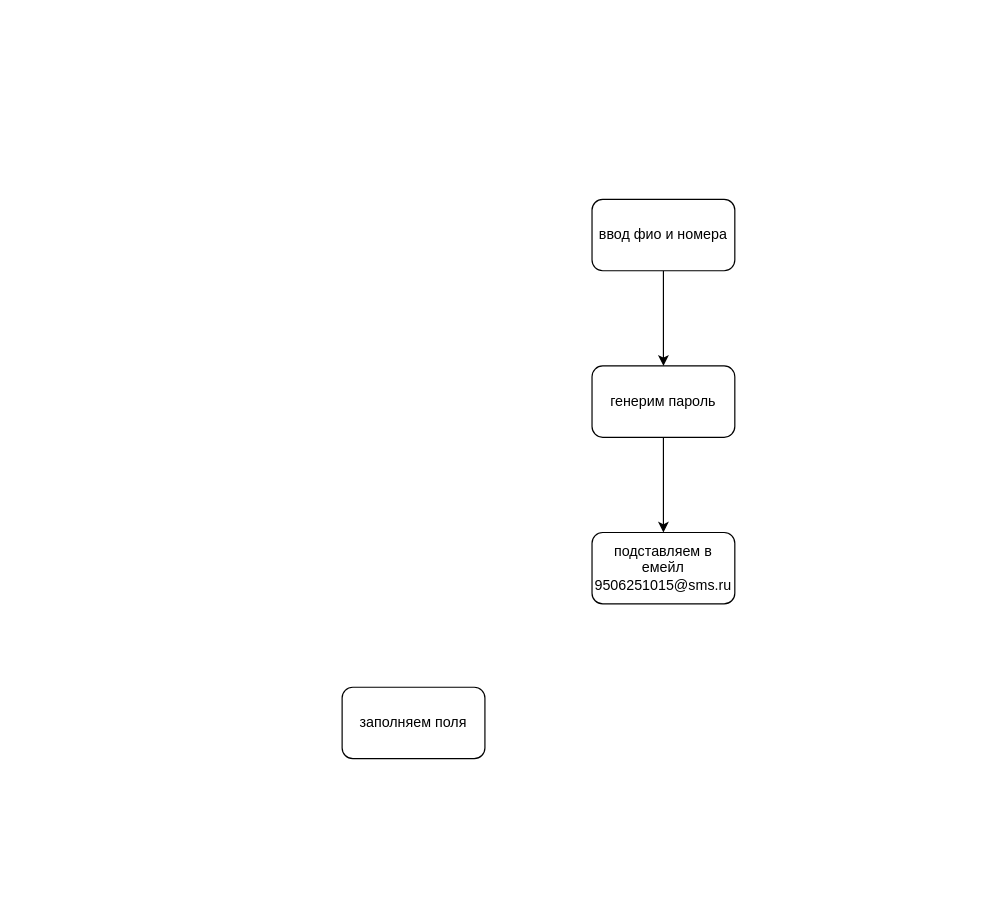
MikeBelov/MikeBov keeps this draw.io diagram as smsAuthentification.drawio. Above is the earlier version. Source tidied: cells renumbered, new cells numbered last; positions are measured from the earlier drawing's top-left corner, leaving out a move shared by most shapes. Both pictures are drawn from the tidied source at 119%, with x=0, y=0 at pixel (342, 199).
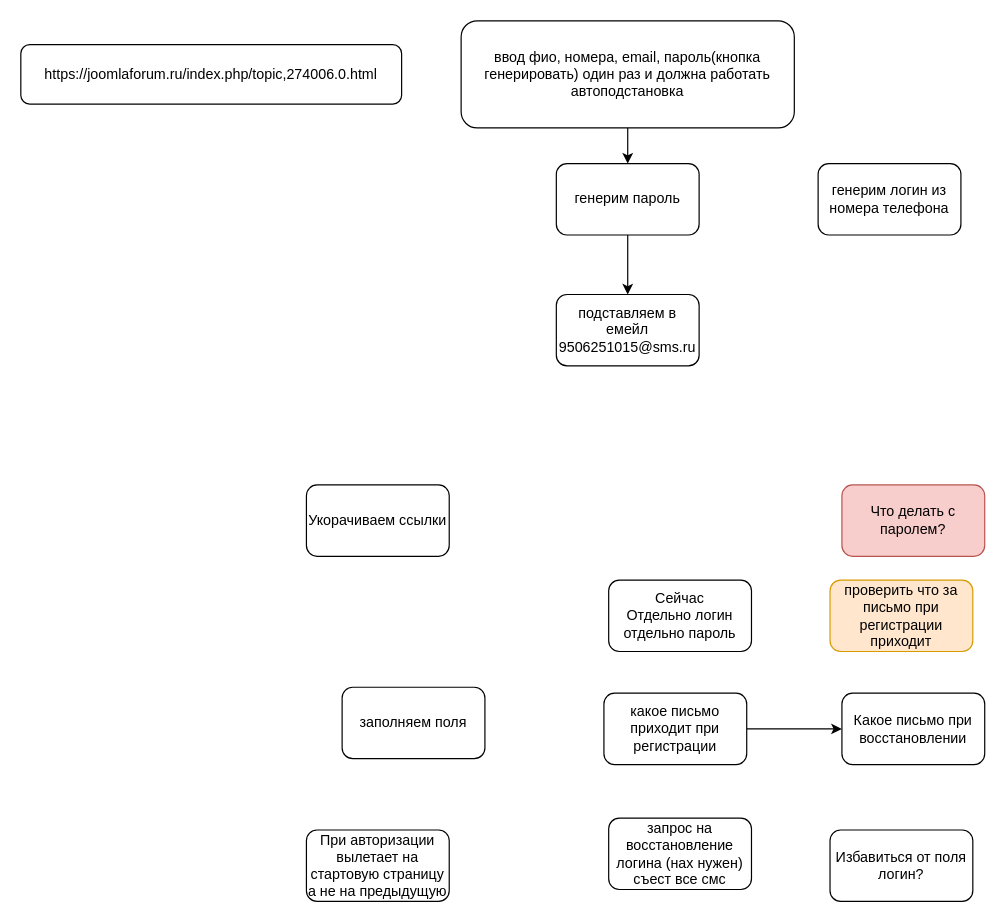
Above is the later version.

Change to the diagram source:
```diff
@@
 <mxGraphModel>
   <root>
     <mxCell id="0" />
     <mxCell id="1" parent="0" />
     <mxCell id="2" style="edgeStyle=orthogonalEdgeStyle;rounded=0;jettySize=auto;html=1;" parent="1" edge="1" source="3" target="6">
       <mxGeometry relative="1" as="geometry" />
     </mxCell>
-    <mxCell id="3" value="ввод фио и номера&lt;br&gt;" style="rounded=1;whiteSpace=wrap;html=1;" parent="1" vertex="1">
-      <mxGeometry x="210" width="120" height="60" as="geometry" />
+    <mxCell id="3" value="ввод фио, номера, email, пароль(кнопка генерировать) один раз и должна работать автоподстановка" style="rounded=1;whiteSpace=wrap;html=1;" parent="1" vertex="1">
+      <mxGeometry x="100" y="-150" width="280" height="90" as="geometry" />
     </mxCell>
     <mxCell id="4" value="заполняем поля" style="rounded=1;whiteSpace=wrap;html=1;" parent="1" vertex="1">
       <mxGeometry y="410" width="120" height="60" as="geometry" />
     </mxCell>
     <mxCell id="5" style="edgeStyle=orthogonalEdgeStyle;rounded=0;jettySize=auto;html=1;" parent="1" edge="1" source="6" target="7">
       <mxGeometry relative="1" as="geometry" />
     </mxCell>
     <mxCell id="6" value="генерим пароль" style="rounded=1;whiteSpace=wrap;html=1;" parent="1" vertex="1">
-      <mxGeometry x="210" y="140" width="120" height="60" as="geometry" />
+      <mxGeometry x="180" y="-30" width="120" height="60" as="geometry" />
     </mxCell>
     <mxCell id="7" value="подставляем в емейл 9506251015@sms.ru" style="rounded=1;whiteSpace=wrap;html=1;" parent="1" vertex="1">
-      <mxGeometry x="210" y="280" width="120" height="60" as="geometry" />
+      <mxGeometry x="180" y="80" width="120" height="60" as="geometry" />
     </mxCell>
+    <mxCell id="8" value="генерим логин из номера телефона" style="rounded=1;whiteSpace=wrap;html=1;" parent="1" vertex="1">
+      <mxGeometry x="400" y="-30" width="120" height="60" as="geometry" />
+    </mxCell>
+    <mxCell id="9" style="edgeStyle=orthogonalEdgeStyle;rounded=0;jettySize=auto;html=1;" parent="1" edge="1" source="10" target="11">
+      <mxGeometry relative="1" as="geometry" />
+    </mxCell>
+    <mxCell id="10" value="какое письмо приходит при регистрации" style="rounded=1;whiteSpace=wrap;html=1;" parent="1" vertex="1">
+      <mxGeometry x="220" y="415" width="120" height="60" as="geometry" />
+    </mxCell>
+    <mxCell id="11" value="Какое письмо при восстановлении" style="whiteSpace=wrap;html=1;rounded=1;" parent="1" vertex="1">
+      <mxGeometry x="420" y="415" width="120" height="60" as="geometry" />
+    </mxCell>
+    <mxCell id="12" value="запрос на восстановление логина (нах нужен) съест все смс" style="rounded=1;whiteSpace=wrap;html=1;" parent="1" vertex="1">
+      <mxGeometry x="224" y="520" width="120" height="60" as="geometry" />
+    </mxCell>
+    <mxCell id="13" value="Сейчас &lt;br&gt;Отдельно логин отдельно пароль" style="rounded=1;whiteSpace=wrap;html=1;" parent="1" vertex="1">
+      <mxGeometry x="224" y="320" width="120" height="60" as="geometry" />
+    </mxCell>
+    <mxCell id="14" value="Укорачиваем ссылки" style="rounded=1;whiteSpace=wrap;html=1;" parent="1" vertex="1">
+      <mxGeometry x="-30" y="240" width="120" height="60" as="geometry" />
+    </mxCell>
+    <mxCell id="15" value="Избавиться от поля логин?" style="rounded=1;whiteSpace=wrap;html=1;" parent="1" vertex="1">
+      <mxGeometry x="410" y="530" width="120" height="60" as="geometry" />
+    </mxCell>
+    <mxCell id="16" value="проверить что за письмо при регистрации приходит" style="rounded=1;whiteSpace=wrap;html=1;fillColor=#ffe6cc;strokeColor=#d79b00;" parent="1" vertex="1">
+      <mxGeometry x="410" y="320" width="120" height="60" as="geometry" />
+    </mxCell>
+    <mxCell id="17" value="Что делать с паролем?" style="rounded=1;whiteSpace=wrap;html=1;fillColor=#f8cecc;strokeColor=#b85450;" parent="1" vertex="1">
+      <mxGeometry x="420" y="240" width="120" height="60" as="geometry" />
+    </mxCell>
+    <mxCell id="18" value="При авторизации вылетает на стартовую страницу&lt;br&gt;а не на предыдущую" style="rounded=1;whiteSpace=wrap;html=1;" parent="1" vertex="1">
+      <mxGeometry x="-30" y="530" width="120" height="60" as="geometry" />
+    </mxCell>
+    <mxCell id="19" value="https://joomlaforum.ru/index.php/topic,274006.0.html" style="rounded=1;whiteSpace=wrap;html=1;" parent="1" vertex="1">
+      <mxGeometry x="-270" y="-130" width="320" height="50" as="geometry" />
+    </mxCell>
   </root>
 </mxGraphModel>
```
